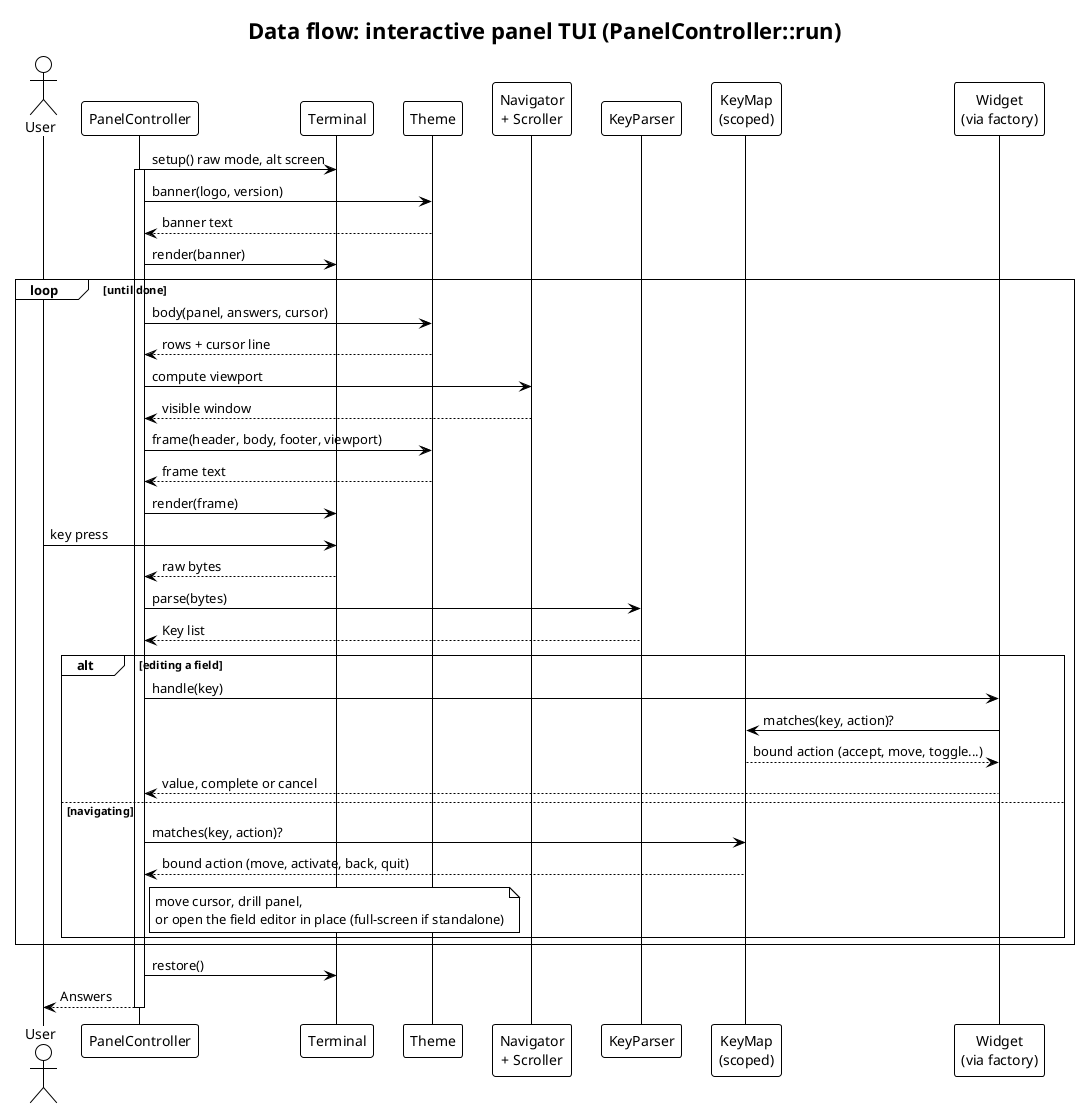
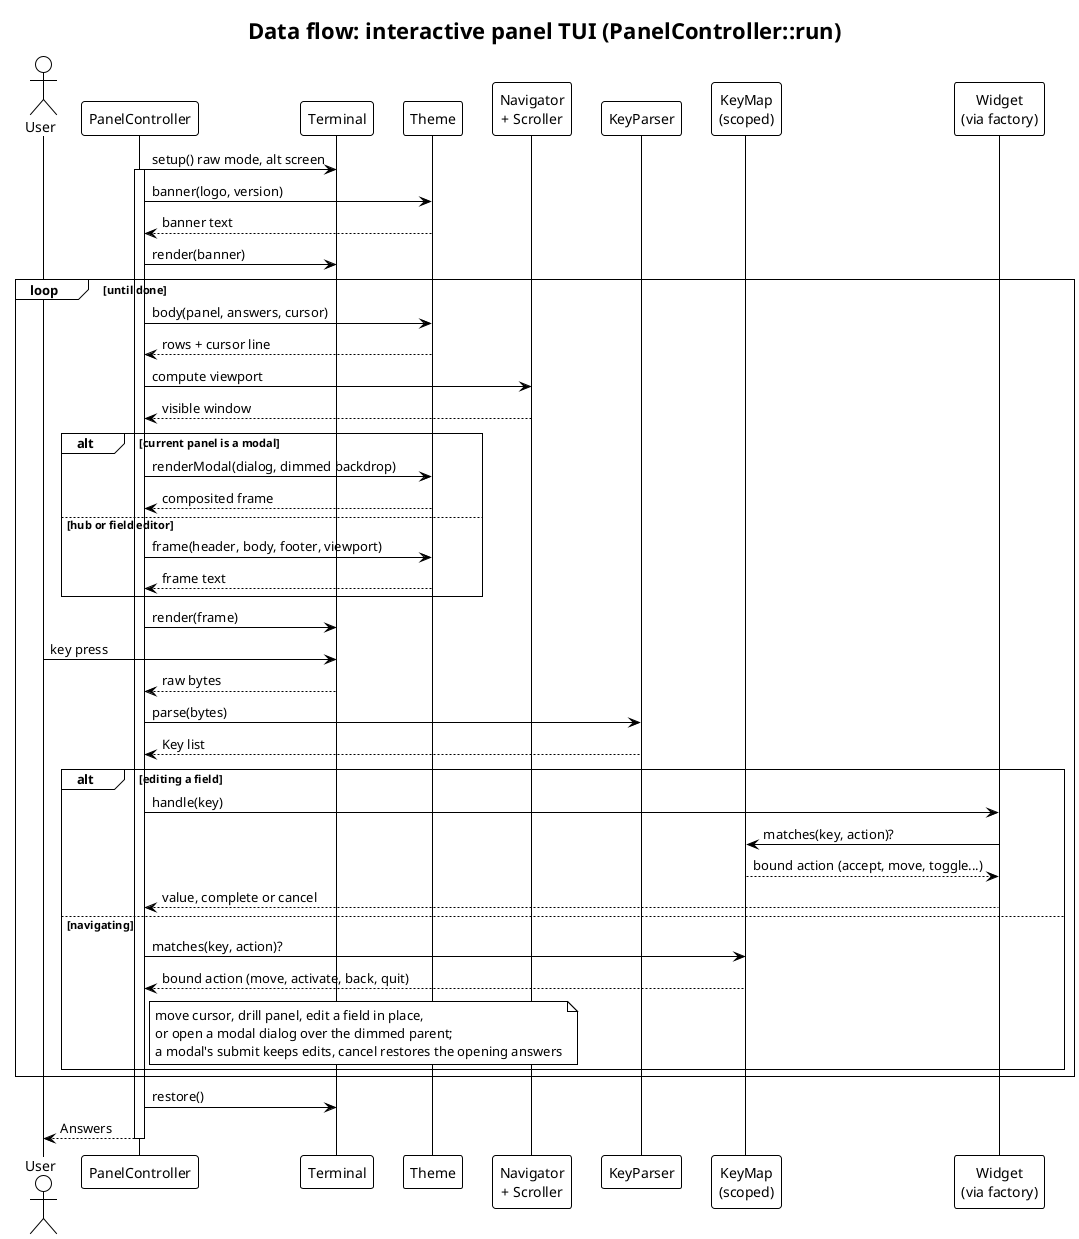
@startuml
' drevops/tui - data flow for the interactive panel TUI.
' Traced from src/Render/PanelController.php (run -> frame/handle), src/Theme/
- ' and src/Input/ (KeyMap resolves a key press to a semantic action).
+ ' (frame, and renderModal composited via src/Render/Overlay) and src/Input/
+ ' (KeyMap resolves a key press to a semantic action).
' Regenerate every SVG with:  plantuml -tsvg docs/architecture/*.puml
!theme plain
skinparam backgroundColor white
skinparam defaultFontName Helvetica
skinparam shadowing false
title Data flow: interactive panel TUI (PanelController::run)

actor "User" as User
participant "PanelController" as PC
participant "Terminal" as Term
participant "Theme" as Theme
participant "Navigator\n+ Scroller" as Nav
participant "KeyParser" as KP
participant "KeyMap\n(scoped)" as KM
participant "Widget\n(via factory)" as W

PC -> Term: setup() raw mode, alt screen
activate PC
PC -> Theme: banner(logo, version)
Theme --> PC: banner text
PC -> Term: render(banner)

loop until done
  PC -> Theme: body(panel, answers, cursor)
  Theme --> PC: rows + cursor line
  PC -> Nav: compute viewport
  Nav --> PC: visible window
-   PC -> Theme: frame(header, body, footer, viewport)
-   Theme --> PC: frame text
+   alt current panel is a modal
+     PC -> Theme: renderModal(dialog, dimmed backdrop)
+     Theme --> PC: composited frame
+   else hub or field editor
+     PC -> Theme: frame(header, body, footer, viewport)
+     Theme --> PC: frame text
+   end
  PC -> Term: render(frame)

  User -> Term: key press
  Term --> PC: raw bytes
  PC -> KP: parse(bytes)
  KP --> PC: Key list

  alt editing a field
    PC -> W: handle(key)
    W -> KM: matches(key, action)?
    KM --> W: bound action (accept, move, toggle...)
    W --> PC: value, complete or cancel
  else navigating
    PC -> KM: matches(key, action)?
    KM --> PC: bound action (move, activate, back, quit)
-     note right of PC: move cursor, drill panel,\nor open the field editor in place (full-screen if standalone)
+     note right of PC: move cursor, drill panel, edit a field in place,\nor open a modal dialog over the dimmed parent;\na modal's submit keeps edits, cancel restores the opening answers
  end
end

PC -> Term: restore()
PC --> User: Answers
deactivate PC
@enduml
